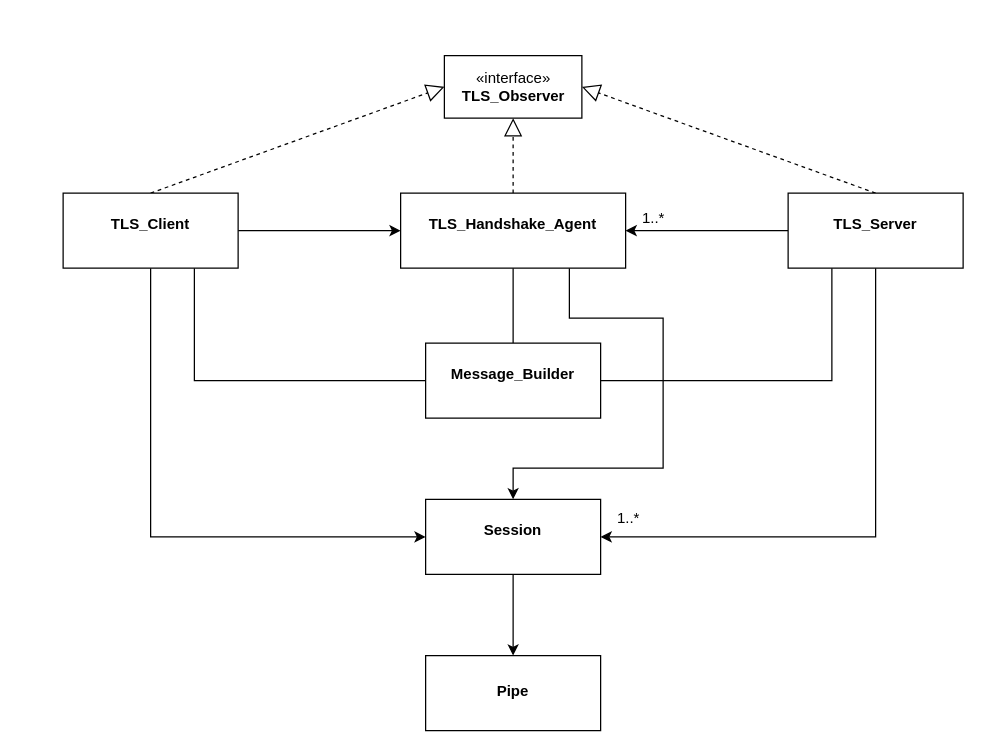
This is doc/img/UML/ClassInteraction.drawio from LeskovarLukas/Diffie-Hellman-IKE, a draw.io file, before an edit. Source tidied: cells renumbered, new cells numbered last; positions are measured from the earlier drawing's top-left corner, leaving out a move shared by most shapes. Both pictures are drawn from the tidied source at 125%, with x=0, y=0 at pixel (62, 55).
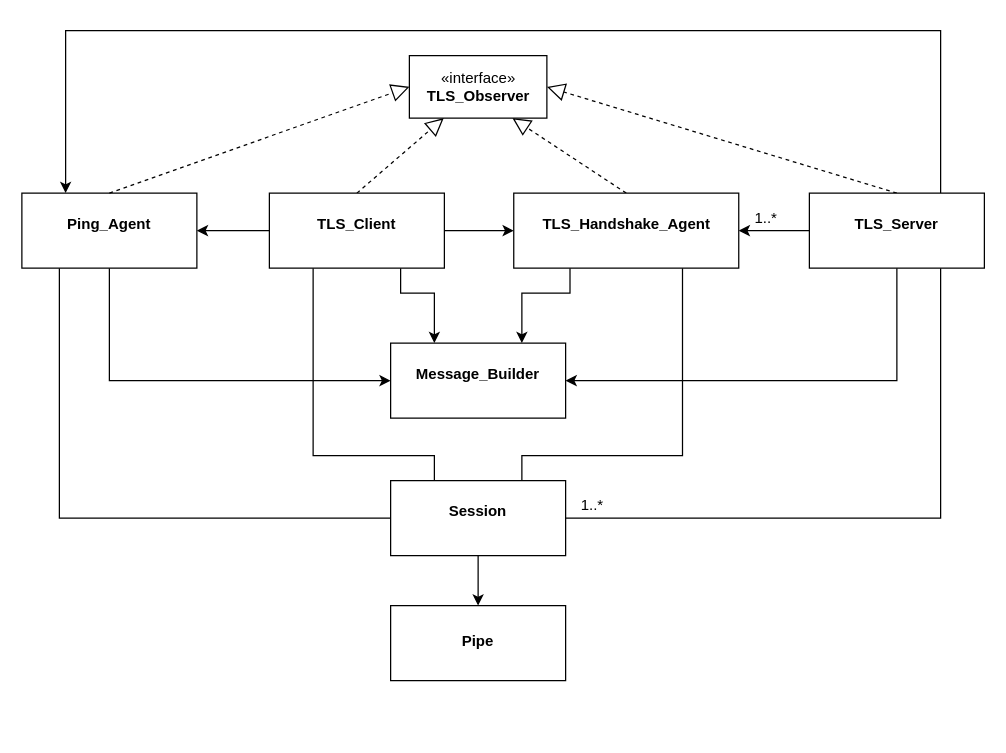
Above is the later version.

Change to the diagram source:
```diff
@@
-    <mxCell id="2" style="edgeStyle=orthogonalEdgeStyle;rounded=0;jettySize=auto;html=1;entryX=1;entryY=0.5;entryDx=0;entryDy=0;exitX=0.25;exitY=1;exitDx=0;exitDy=0;endArrow=none;endFill=0;" parent="1" edge="1" source="19" target="15">
-      <mxGeometry relative="1" as="geometry">
-        <Array as="points">
-          <mxPoint x="615" y="260" />
-        </Array>
-      </mxGeometry>
-    </mxCell>
-    <mxCell id="3" style="edgeStyle=orthogonalEdgeStyle;rounded=0;jettySize=auto;html=1;entryX=1;entryY=0.5;entryDx=0;entryDy=0;startArrow=none;startFill=0;strokeColor=default;exitX=0.5;exitY=1;exitDx=0;exitDy=0;endArrow=classic;endFill=1;" parent="1" edge="1" source="19" target="14">
-      <mxGeometry relative="1" as="geometry">
-        <Array as="points">
-          <mxPoint x="650" y="385" />
-        </Array>
-      </mxGeometry>
-    </mxCell>
@@
-    <mxCell id="5" style="edgeStyle=orthogonalEdgeStyle;rounded=0;jettySize=auto;html=1;entryX=0.5;entryY=0;entryDx=0;entryDy=0;exitX=0.5;exitY=1;exitDx=0;exitDy=0;endArrow=none;endFill=0;" parent="1" edge="1" source="20" target="15">
-      <mxGeometry relative="1" as="geometry" />
-    </mxCell>
-    <mxCell id="6" style="edgeStyle=orthogonalEdgeStyle;rounded=0;jettySize=auto;html=1;startArrow=none;startFill=0;strokeColor=default;exitX=0.75;exitY=1;exitDx=0;exitDy=0;" parent="1" edge="1" source="20" target="14">
-      <mxGeometry relative="1" as="geometry">
-        <Array as="points">
-          <mxPoint x="405" y="210" />
-          <mxPoint x="480" y="210" />
-          <mxPoint x="480" y="330" />
-          <mxPoint x="360" y="330" />
-        </Array>
-      </mxGeometry>
-    </mxCell>
-    <mxCell id="7" style="edgeStyle=orthogonalEdgeStyle;rounded=0;jettySize=auto;html=1;entryX=0;entryY=0.5;entryDx=0;entryDy=0;exitX=0.75;exitY=1;exitDx=0;exitDy=0;endArrow=none;endFill=0;" parent="1" edge="1" source="17" target="15">
-      <mxGeometry relative="1" as="geometry">
-        <Array as="points">
-          <mxPoint x="105" y="260" />
-        </Array>
-      </mxGeometry>
-    </mxCell>
-    <mxCell id="8" style="edgeStyle=orthogonalEdgeStyle;rounded=0;jettySize=auto;html=1;entryX=0;entryY=0.5;entryDx=0;entryDy=0;strokeColor=default;startArrow=none;startFill=0;exitX=0.5;exitY=1;exitDx=0;exitDy=0;" parent="1" edge="1" source="17" target="14">
-      <mxGeometry relative="1" as="geometry">
-        <Array as="points">
-          <mxPoint x="70" y="385" />
-        </Array>
-      </mxGeometry>
-    </mxCell>
-    <mxCell id="9" style="endArrow=block;dashed=1;endFill=0;endSize=12;html=1;rounded=0;entryX=0;entryY=0.5;entryDx=0;entryDy=0;exitX=0.5;exitY=0;exitDx=0;exitDy=0;" parent="1" edge="1" source="17" target="12">
+    <mxCell id="9" style="endArrow=block;dashed=1;endFill=0;endSize=12;html=1;rounded=0;entryX=0.25;entryY=1;entryDx=0;entryDy=0;exitX=0.5;exitY=0;exitDx=0;exitDy=0;" parent="1" edge="1" source="17" target="12">
       <mxGeometry relative="1" as="geometry" />
     </mxCell>
-    <mxCell id="10" style="endArrow=block;dashed=1;endFill=0;endSize=12;html=1;rounded=0;exitX=0.5;exitY=0;exitDx=0;exitDy=0;entryX=0.5;entryY=1;entryDx=0;entryDy=0;" parent="1" edge="1" source="20" target="12">
+    <mxCell id="10" style="endArrow=block;dashed=1;endFill=0;endSize=12;html=1;rounded=0;exitX=0.5;exitY=0;exitDx=0;exitDy=0;entryX=0.75;entryY=1;entryDx=0;entryDy=0;" parent="1" edge="1" source="20" target="12">
       <mxGeometry relative="1" as="geometry" />
     </mxCell>
@@
     <mxCell id="12" value="«interface»&lt;br&gt;&lt;b&gt;TLS_Observer&lt;/b&gt;" style="html=1;" parent="1" vertex="1">
-      <mxGeometry x="305" width="110" height="50" as="geometry" />
+      <mxGeometry x="277" width="110" height="50" as="geometry" />
     </mxCell>
     <mxCell id="13" value="&lt;p style=&quot;margin: 0px ; margin-top: 4px ; text-align: center&quot;&gt;&lt;br&gt;&lt;/p&gt;&lt;p style=&quot;margin: 0px ; margin-top: 4px ; text-align: center&quot;&gt;&lt;b&gt;Pipe&lt;/b&gt;&lt;/p&gt;" style="verticalAlign=top;align=left;overflow=fill;fontSize=12;fontFamily=Helvetica;html=1;" parent="1" vertex="1">
-      <mxGeometry x="290" y="480" width="140" height="60" as="geometry" />
+      <mxGeometry x="262" y="440" width="140" height="60" as="geometry" />
     </mxCell>
     <mxCell id="14" value="&lt;p style=&quot;margin: 0px ; margin-top: 4px ; text-align: center&quot;&gt;&lt;br&gt;&lt;b&gt;Session&lt;/b&gt;&lt;/p&gt;" style="verticalAlign=top;align=left;overflow=fill;fontSize=12;fontFamily=Helvetica;html=1;" parent="1" vertex="1">
-      <mxGeometry x="290" y="355" width="140" height="60" as="geometry" />
+      <mxGeometry x="262" y="340" width="140" height="60" as="geometry" />
     </mxCell>
     <mxCell id="15" value="&lt;p style=&quot;margin: 0px ; margin-top: 4px ; text-align: center&quot;&gt;&lt;br&gt;&lt;span style=&quot;font-weight: 700&quot;&gt;Message_Builder&lt;/span&gt;&lt;br&gt;&lt;/p&gt;" style="verticalAlign=top;align=left;overflow=fill;fontSize=12;fontFamily=Helvetica;html=1;" parent="1" vertex="1">
-      <mxGeometry x="290" y="230" width="140" height="60" as="geometry" />
+      <mxGeometry x="262" y="230" width="140" height="60" as="geometry" />
     </mxCell>
@@
+    <mxCell id="23" style="edgeStyle=orthogonalEdgeStyle;rounded=0;jettySize=auto;html=1;entryX=1;entryY=0.5;entryDx=0;entryDy=0;" parent="1" edge="1" source="17" target="27">
+      <mxGeometry relative="1" as="geometry" />
+    </mxCell>
+    <mxCell id="7" style="edgeStyle=orthogonalEdgeStyle;rounded=0;jettySize=auto;html=1;exitX=0.75;exitY=1;exitDx=0;exitDy=0;entryX=0.25;entryY=0;entryDx=0;entryDy=0;endArrow=classic;endFill=1;" parent="1" edge="1" source="17" target="15">
+      <mxGeometry relative="1" as="geometry">
+        <Array as="points">
+          <mxPoint x="270" y="190" />
+          <mxPoint x="297" y="190" />
+        </Array>
+      </mxGeometry>
+    </mxCell>
+    <mxCell id="8" style="edgeStyle=orthogonalEdgeStyle;rounded=0;jettySize=auto;html=1;exitX=0.25;exitY=1;exitDx=0;exitDy=0;entryX=0.25;entryY=0;entryDx=0;entryDy=0;endArrow=none;endFill=0;" parent="1" edge="1" source="17" target="14">
+      <mxGeometry relative="1" as="geometry">
+        <Array as="points">
+          <mxPoint x="200" y="320" />
+          <mxPoint x="297" y="320" />
+        </Array>
+      </mxGeometry>
+    </mxCell>
     <mxCell id="17" value="&lt;p style=&quot;margin: 0px ; margin-top: 4px ; text-align: center&quot;&gt;&lt;br&gt;&lt;b&gt;TLS_Client&lt;/b&gt;&lt;/p&gt;" style="verticalAlign=top;align=left;overflow=fill;fontSize=12;fontFamily=Helvetica;html=1;" parent="1" vertex="1">
-      <mxGeometry y="110" width="140" height="60" as="geometry" />
+      <mxGeometry x="165" y="110" width="140" height="60" as="geometry" />
     </mxCell>
-    <mxCell id="18" style="edgeStyle=orthogonalEdgeStyle;rounded=0;jettySize=auto;html=1;entryX=1;entryY=0.5;entryDx=0;entryDy=0;startArrow=none;startFill=0;strokeColor=default;" parent="1" edge="1" source="19" target="20">
+    <mxCell id="18" style="edgeStyle=orthogonalEdgeStyle;rounded=0;jettySize=auto;html=1;entryX=1;entryY=0.5;entryDx=0;entryDy=0;" parent="1" edge="1" source="19" target="20">
       <mxGeometry relative="1" as="geometry" />
     </mxCell>
+    <mxCell id="24" style="edgeStyle=orthogonalEdgeStyle;rounded=0;jettySize=auto;html=1;exitX=0.75;exitY=0;exitDx=0;exitDy=0;entryX=0.25;entryY=0;entryDx=0;entryDy=0;" parent="1" edge="1" source="19" target="27">
+      <mxGeometry relative="1" as="geometry">
+        <Array as="points">
+          <mxPoint x="702" y="-20" />
+          <mxPoint x="2" y="-20" />
+        </Array>
+      </mxGeometry>
+    </mxCell>
+    <mxCell id="2" style="edgeStyle=orthogonalEdgeStyle;rounded=0;jettySize=auto;html=1;entryX=1;entryY=0.5;entryDx=0;entryDy=0;endArrow=classic;endFill=1;startArrow=none;startFill=0;" parent="1" edge="1" source="19" target="15">
+      <mxGeometry relative="1" as="geometry">
+        <Array as="points">
+          <mxPoint x="667" y="260" />
+        </Array>
+      </mxGeometry>
+    </mxCell>
+    <mxCell id="3" style="edgeStyle=orthogonalEdgeStyle;rounded=0;jettySize=auto;html=1;exitX=0.75;exitY=1;exitDx=0;exitDy=0;entryX=1;entryY=0.5;entryDx=0;entryDy=0;endArrow=none;endFill=0;" parent="1" edge="1" source="19" target="14">
+      <mxGeometry relative="1" as="geometry" />
+    </mxCell>
     <mxCell id="19" value="&lt;p style=&quot;margin: 0px ; margin-top: 4px ; text-align: center&quot;&gt;&lt;br&gt;&lt;b&gt;TLS_Server&lt;/b&gt;&lt;/p&gt;" style="verticalAlign=top;align=left;overflow=fill;fontSize=12;fontFamily=Helvetica;html=1;" parent="1" vertex="1">
-      <mxGeometry x="580" y="110" width="140" height="60" as="geometry" />
+      <mxGeometry x="597" y="110" width="140" height="60" as="geometry" />
     </mxCell>
+    <mxCell id="5" style="edgeStyle=orthogonalEdgeStyle;rounded=0;jettySize=auto;html=1;exitX=0.25;exitY=1;exitDx=0;exitDy=0;entryX=0.75;entryY=0;entryDx=0;entryDy=0;endArrow=classic;endFill=1;" parent="1" edge="1" source="20" target="15">
+      <mxGeometry relative="1" as="geometry">
+        <Array as="points">
+          <mxPoint x="406" y="190" />
+          <mxPoint x="367" y="190" />
+        </Array>
+      </mxGeometry>
+    </mxCell>
+    <mxCell id="6" style="edgeStyle=orthogonalEdgeStyle;rounded=0;jettySize=auto;html=1;exitX=0.75;exitY=1;exitDx=0;exitDy=0;entryX=0.75;entryY=0;entryDx=0;entryDy=0;endArrow=none;endFill=0;" parent="1" edge="1" source="20" target="14">
+      <mxGeometry relative="1" as="geometry">
+        <Array as="points">
+          <mxPoint x="496" y="320" />
+          <mxPoint x="367" y="320" />
+        </Array>
+      </mxGeometry>
+    </mxCell>
     <mxCell id="20" value="&lt;p style=&quot;margin: 0px ; margin-top: 4px ; text-align: center&quot;&gt;&lt;br&gt;&lt;b&gt;TLS_Handshake_Agent&lt;/b&gt;&lt;/p&gt;" style="verticalAlign=top;align=left;overflow=fill;fontSize=12;fontFamily=Helvetica;html=1;" parent="1" vertex="1">
-      <mxGeometry x="270" y="110" width="180" height="60" as="geometry" />
+      <mxGeometry x="360.5" y="110" width="180" height="60" as="geometry" />
     </mxCell>
+    <mxCell id="22" value="1..*" style="text;html=1;align=center;verticalAlign=middle;strokeColor=none;fillColor=none;" parent="1" vertex="1">
+      <mxGeometry x="408" y="350" width="30" height="20" as="geometry" />
+    </mxCell>
+    <mxCell id="25" style="edgeStyle=orthogonalEdgeStyle;rounded=0;jettySize=auto;html=1;exitX=0.5;exitY=1;exitDx=0;exitDy=0;entryX=0;entryY=0.5;entryDx=0;entryDy=0;endArrow=classic;endFill=1;" parent="1" edge="1" source="27" target="15">
+      <mxGeometry relative="1" as="geometry" />
+    </mxCell>
+    <mxCell id="26" style="edgeStyle=orthogonalEdgeStyle;rounded=0;jettySize=auto;html=1;entryX=0;entryY=0.5;entryDx=0;entryDy=0;endArrow=none;endFill=0;" parent="1" edge="1" source="27" target="14">
+      <mxGeometry relative="1" as="geometry">
+        <Array as="points">
+          <mxPoint x="-3" y="370" />
+        </Array>
+      </mxGeometry>
+    </mxCell>
+    <mxCell id="27" value="&lt;p style=&quot;margin: 0px ; margin-top: 4px ; text-align: center&quot;&gt;&lt;br&gt;&lt;b&gt;Ping_Agent&lt;/b&gt;&lt;/p&gt;" style="verticalAlign=top;align=left;overflow=fill;fontSize=12;fontFamily=Helvetica;html=1;" parent="1" vertex="1">
+      <mxGeometry x="-33" y="110" width="140" height="60" as="geometry" />
+    </mxCell>
+    <mxCell id="28" style="endArrow=block;dashed=1;endFill=0;endSize=12;html=1;rounded=0;exitX=0.5;exitY=0;exitDx=0;exitDy=0;entryX=0;entryY=0.5;entryDx=0;entryDy=0;" parent="1" edge="1" source="27" target="12">
+      <mxGeometry relative="1" as="geometry" />
+    </mxCell>
     <mxCell id="21" value="1..*" style="text;html=1;align=center;verticalAlign=middle;strokeColor=none;fillColor=none;" parent="1" vertex="1">
-      <mxGeometry x="457" y="120" width="30" height="20" as="geometry" />
+      <mxGeometry x="547" y="120" width="30" height="20" as="geometry" />
     </mxCell>
-    <mxCell id="22" value="1..*" style="text;html=1;align=center;verticalAlign=middle;strokeColor=none;fillColor=none;" parent="1" vertex="1">
-      <mxGeometry x="437" y="360" width="30" height="20" as="geometry" />
-    </mxCell>
```
